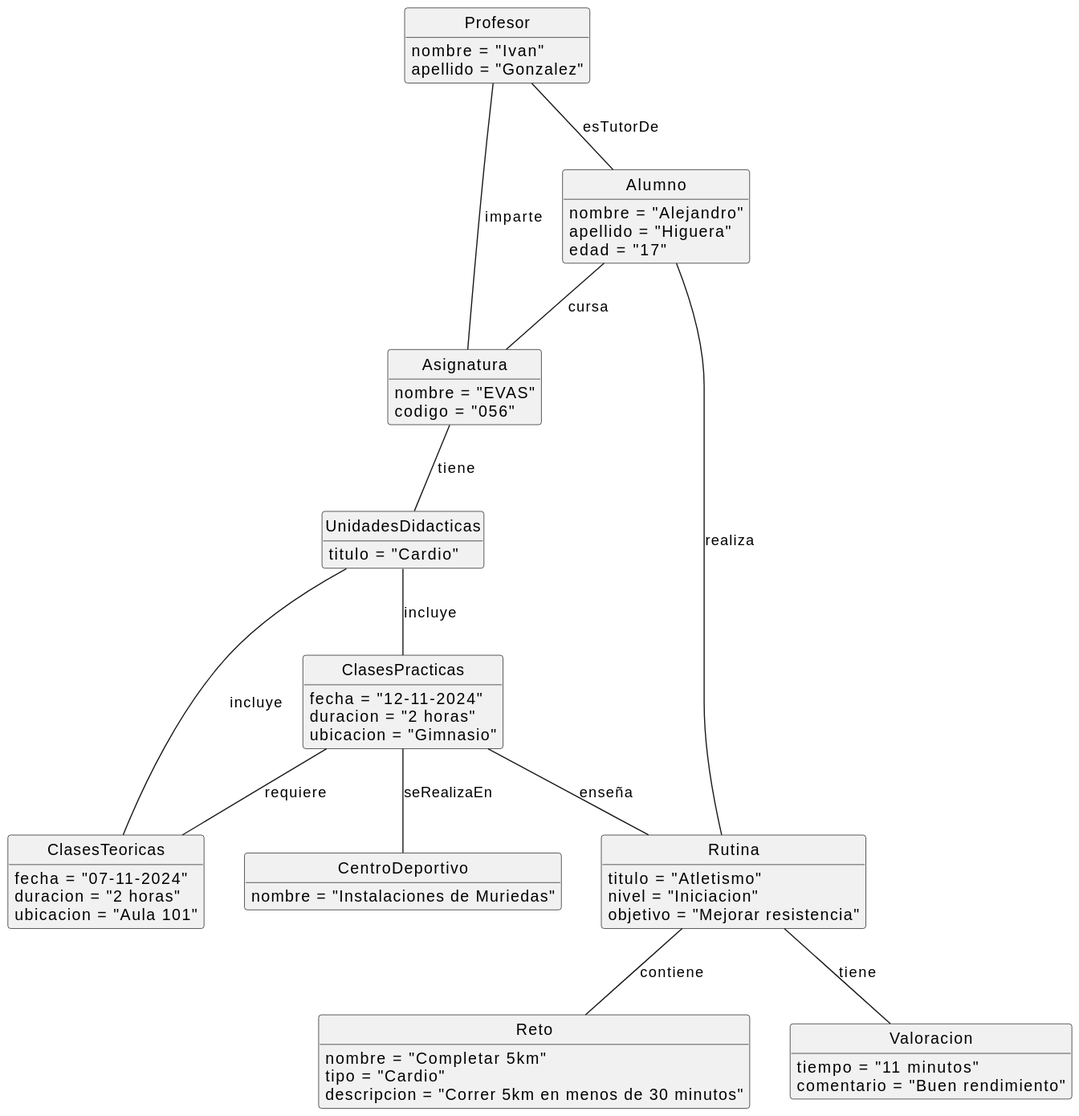
mmasias/24-25-IdSw1-SDR keeps this PlantUML diagram as Documentos/Imagenes/DiagramaObjetos/DiagramaObjetos.svg. Above is the earlier version.
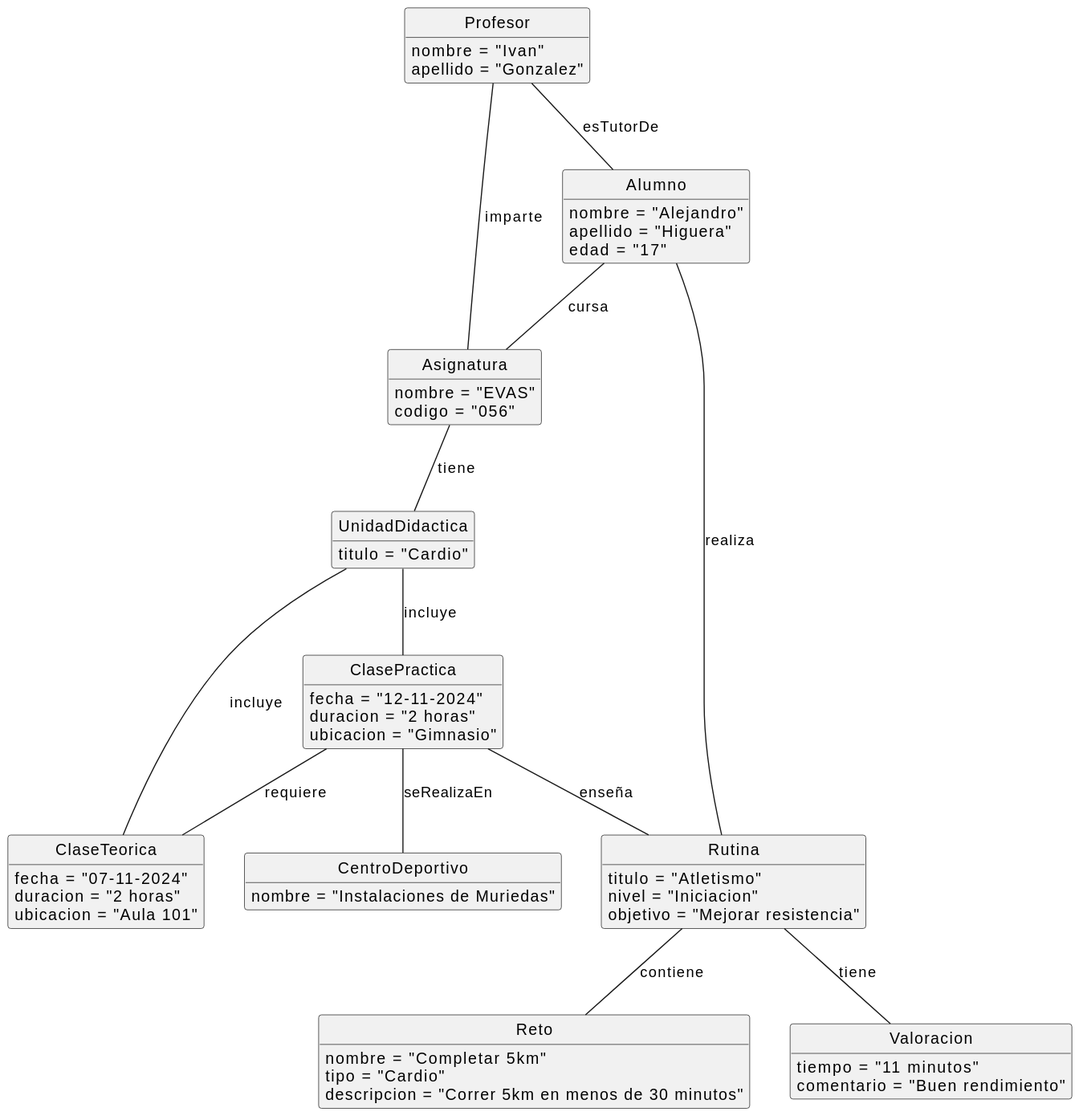
Later version of the same file.

Commit message:
Diagrama objetos

What changed in the source:
```diff
@@ -18,17 +18,17 @@
     codigo = "056"
 }
 
-class UnidadesDidacticas {
+class UnidadDidactica {
     titulo = "Cardio"
 }
 
-class ClasesPracticas {
+class ClasePractica {
     fecha = "12-11-2024"
     duracion = "2 horas"
     ubicacion = "Gimnasio"
 }
 
-class ClasesTeoricas {
+class ClaseTeorica {
     fecha = "07-11-2024"
     duracion = "2 horas"
     ubicacion = "Aula 101"
@@ -57,15 +57,15 @@
 
 Profesor -- Alumno : esTutorDe
 Profesor -- Asignatura : imparte
-Asignatura -- UnidadesDidacticas : tiene
-UnidadesDidacticas -- ClasesPracticas : incluye
-UnidadesDidacticas -- ClasesTeoricas : incluye
+Asignatura -- UnidadDidactica : tiene
+UnidadDidactica -- ClasePractica : incluye
+UnidadDidactica -- ClaseTeorica : incluye
 Alumno -- Asignatura : cursa
-ClasesPracticas -- CentroDeportivo : seRealizaEn
-ClasesPracticas -- Rutina : enseña
+ClasePractica -- CentroDeportivo : seRealizaEn
+ClasePractica -- Rutina : enseña
 Rutina -- Reto : contiene
 Rutina -- Valoracion: tiene
 Alumno -- Rutina: realiza
 
-ClasesPracticas -- ClasesTeoricas : requiere
+ClasePractica -- ClaseTeorica : requiere
 @enduml
```
